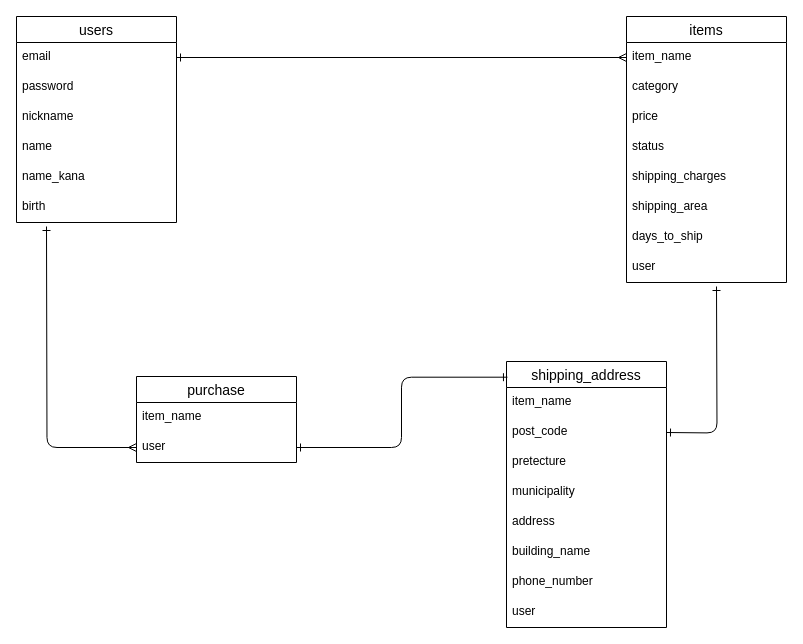
The draw.io diagram ER.dio in masashikuwahara/furima-35089, before the edit. Source tidied: cells renumbered, new cells numbered last; positions are measured from the earlier drawing's top-left corner, leaving out a move shared by most shapes. Both pictures are drawn from the tidied source at 100%, with x=0, y=0 at pixel (16, 16).
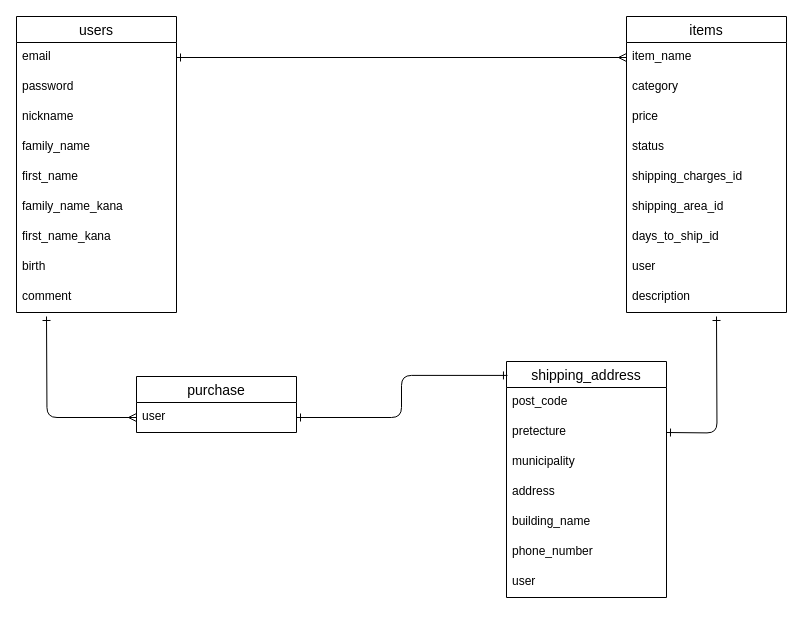
The same page after the edit.

Change to the diagram source:
```diff
@@
     <mxCell id="2" value="users" style="swimlane;fontStyle=0;horizontal=1;startSize=26;align=center;fontSize=14;rounded=0;sketch=0;" parent="1" vertex="1">
-      <mxGeometry width="160" height="206" as="geometry" />
+      <mxGeometry width="160" height="296" as="geometry" />
     </mxCell>
@@
-    <mxCell id="7" value="name" style="text;strokeColor=none;fillColor=none;spacingLeft=4;spacingRight=4;overflow=hidden;fontSize=12;" parent="2" vertex="1">
+    <mxCell id="7" value="family_name" style="text;strokeColor=none;fillColor=none;spacingLeft=4;spacingRight=4;overflow=hidden;fontSize=12;" parent="2" vertex="1">
       <mxGeometry y="116" width="160" height="30" as="geometry" />
     </mxCell>
-    <mxCell id="8" value="name_kana" style="text;strokeColor=none;fillColor=none;spacingLeft=4;spacingRight=4;overflow=hidden;fontSize=12;" parent="2" vertex="1">
+    <mxCell id="8" value="first_name" style="text;strokeColor=none;fillColor=none;spacingLeft=4;spacingRight=4;overflow=hidden;fontSize=12;" parent="2" vertex="1">
       <mxGeometry y="146" width="160" height="30" as="geometry" />
     </mxCell>
+    <mxCell id="35" value="family_name_kana" style="text;strokeColor=none;fillColor=none;spacingLeft=4;spacingRight=4;overflow=hidden;fontSize=12;" parent="2" vertex="1">
+      <mxGeometry y="176" width="160" height="30" as="geometry" />
+    </mxCell>
+    <mxCell id="36" value="first_name_kana" style="text;strokeColor=none;fillColor=none;spacingLeft=4;spacingRight=4;overflow=hidden;fontSize=12;" parent="2" vertex="1">
+      <mxGeometry y="206" width="160" height="30" as="geometry" />
+    </mxCell>
     <mxCell id="9" value="birth" style="text;strokeColor=none;fillColor=none;spacingLeft=4;spacingRight=4;overflow=hidden;fontSize=12;" parent="2" vertex="1">
-      <mxGeometry y="176" width="160" height="30" as="geometry" />
+      <mxGeometry y="236" width="160" height="30" as="geometry" />
     </mxCell>
+    <mxCell id="37" value="comment" style="text;strokeColor=none;fillColor=none;spacingLeft=4;spacingRight=4;overflow=hidden;fontSize=12;" parent="2" vertex="1">
+      <mxGeometry y="266" width="160" height="30" as="geometry" />
+    </mxCell>
@@
     <mxCell id="11" value="purchase" style="swimlane;fontStyle=0;horizontal=1;startSize=26;align=center;fontSize=14;rounded=0;sketch=0;" parent="1" vertex="1">
-      <mxGeometry x="120" y="360" width="160" height="86" as="geometry" />
+      <mxGeometry x="120" y="360" width="160" height="56" as="geometry" />
     </mxCell>
-    <mxCell id="12" value="item_name" style="text;strokeColor=none;fillColor=none;spacingLeft=4;spacingRight=4;overflow=hidden;fontSize=12;" parent="11" vertex="1">
-      <mxGeometry y="26" width="160" height="30" as="geometry" />
-    </mxCell>
     <mxCell id="13" value="user" style="text;strokeColor=none;fillColor=none;spacingLeft=4;spacingRight=4;overflow=hidden;points=[[0,0.5],[1,0.5]];portConstraint=eastwest;fontSize=12;" parent="11" vertex="1">
-      <mxGeometry y="56" width="160" height="30" as="geometry" />
+      <mxGeometry y="26" width="160" height="30" as="geometry" />
     </mxCell>
     <mxCell id="14" value="items" style="swimlane;fontStyle=0;horizontal=1;startSize=26;align=center;fontSize=14;rounded=0;sketch=0;" parent="1" vertex="1">
-      <mxGeometry x="610" width="160" height="266" as="geometry" />
+      <mxGeometry x="610" width="160" height="296" as="geometry" />
     </mxCell>
@@
-    <mxCell id="19" value="shipping_charges" style="text;strokeColor=none;fillColor=none;spacingLeft=4;spacingRight=4;overflow=hidden;fontSize=12;" parent="14" vertex="1">
+    <mxCell id="19" value="shipping_charges_id" style="text;strokeColor=none;fillColor=none;spacingLeft=4;spacingRight=4;overflow=hidden;fontSize=12;" parent="14" vertex="1">
       <mxGeometry y="146" width="160" height="30" as="geometry" />
     </mxCell>
-    <mxCell id="20" value="shipping_area" style="text;strokeColor=none;fillColor=none;spacingLeft=4;spacingRight=4;overflow=hidden;fontSize=12;" parent="14" vertex="1">
+    <mxCell id="20" value="shipping_area_id" style="text;strokeColor=none;fillColor=none;spacingLeft=4;spacingRight=4;overflow=hidden;fontSize=12;" parent="14" vertex="1">
       <mxGeometry y="176" width="160" height="30" as="geometry" />
     </mxCell>
-    <mxCell id="21" value="days_to_ship" style="text;strokeColor=none;fillColor=none;spacingLeft=4;spacingRight=4;overflow=hidden;fontSize=12;" parent="14" vertex="1">
+    <mxCell id="21" value="days_to_ship_id" style="text;strokeColor=none;fillColor=none;spacingLeft=4;spacingRight=4;overflow=hidden;fontSize=12;" parent="14" vertex="1">
       <mxGeometry y="206" width="160" height="30" as="geometry" />
     </mxCell>
@@
+    <mxCell id="38" value="description" style="text;strokeColor=none;fillColor=none;spacingLeft=4;spacingRight=4;overflow=hidden;fontSize=12;" parent="14" vertex="1">
+      <mxGeometry y="266" width="160" height="30" as="geometry" />
+    </mxCell>
     <mxCell id="23" style="edgeStyle=orthogonalEdgeStyle;curved=0;rounded=1;sketch=0;jettySize=auto;html=1;exitX=0;exitY=0.5;exitDx=0;exitDy=0;endArrow=ERone;endFill=0;startArrow=ERmany;startFill=0;" parent="1" edge="1" source="13">
       <mxGeometry relative="1" as="geometry">
-        <mxPoint x="30" y="210" as="targetPoint" />
+        <mxPoint x="30" y="300" as="targetPoint" />
       </mxGeometry>
     </mxCell>
     <mxCell id="24" value="shipping_address" style="swimlane;fontStyle=0;horizontal=1;startSize=26;align=center;fontSize=14;rounded=0;sketch=0;" parent="1" vertex="1">
-      <mxGeometry x="490" y="345" width="160" height="266" as="geometry" />
+      <mxGeometry x="490" y="345" width="160" height="236" as="geometry" />
     </mxCell>
-    <mxCell id="25" value="item_name" style="text;strokeColor=none;fillColor=none;spacingLeft=4;spacingRight=4;overflow=hidden;fontSize=12;" parent="24" vertex="1">
-      <mxGeometry y="26" width="160" height="30" as="geometry" />
-    </mxCell>
     <mxCell id="26" value="post_code" style="text;strokeColor=none;fillColor=none;spacingLeft=4;spacingRight=4;overflow=hidden;fontSize=12;" parent="24" vertex="1">
-      <mxGeometry y="56" width="160" height="30" as="geometry" />
+      <mxGeometry y="26" width="160" height="30" as="geometry" />
     </mxCell>
     <mxCell id="27" value="pretecture" style="text;strokeColor=none;fillColor=none;spacingLeft=4;spacingRight=4;overflow=hidden;fontSize=12;" parent="24" vertex="1">
-      <mxGeometry y="86" width="160" height="30" as="geometry" />
+      <mxGeometry y="56" width="160" height="30" as="geometry" />
     </mxCell>
     <mxCell id="28" value="municipality" style="text;strokeColor=none;fillColor=none;spacingLeft=4;spacingRight=4;overflow=hidden;fontSize=12;" parent="24" vertex="1">
-      <mxGeometry y="116" width="160" height="30" as="geometry" />
+      <mxGeometry y="86" width="160" height="30" as="geometry" />
     </mxCell>
     <mxCell id="29" value="address" style="text;strokeColor=none;fillColor=none;spacingLeft=4;spacingRight=4;overflow=hidden;fontSize=12;" parent="24" vertex="1">
-      <mxGeometry y="146" width="160" height="30" as="geometry" />
+      <mxGeometry y="116" width="160" height="30" as="geometry" />
     </mxCell>
     <mxCell id="30" value="building_name" style="text;strokeColor=none;fillColor=none;spacingLeft=4;spacingRight=4;overflow=hidden;fontSize=12;" parent="24" vertex="1">
-      <mxGeometry y="176" width="160" height="30" as="geometry" />
+      <mxGeometry y="146" width="160" height="30" as="geometry" />
     </mxCell>
     <mxCell id="31" value="phone_number" style="text;strokeColor=none;fillColor=none;spacingLeft=4;spacingRight=4;overflow=hidden;fontSize=12;" parent="24" vertex="1">
-      <mxGeometry y="206" width="160" height="30" as="geometry" />
+      <mxGeometry y="176" width="160" height="30" as="geometry" />
     </mxCell>
     <mxCell id="32" value="user" style="text;strokeColor=none;fillColor=none;spacingLeft=4;spacingRight=4;overflow=hidden;fontSize=12;" parent="24" vertex="1">
-      <mxGeometry y="236" width="160" height="30" as="geometry" />
+      <mxGeometry y="206" width="160" height="30" as="geometry" />
     </mxCell>
     <mxCell id="33" style="edgeStyle=orthogonalEdgeStyle;curved=0;rounded=1;sketch=0;orthogonalLoop=1;jettySize=auto;html=1;endArrow=ERone;endFill=0;startArrow=ERone;startFill=0;" parent="1" edge="1">
       <mxGeometry relative="1" as="geometry">
         <mxPoint x="650" y="416" as="sourcePoint" />
-        <mxPoint x="700" y="270" as="targetPoint" />
+        <mxPoint x="700" y="300" as="targetPoint" />
       </mxGeometry>
     </mxCell>
```
